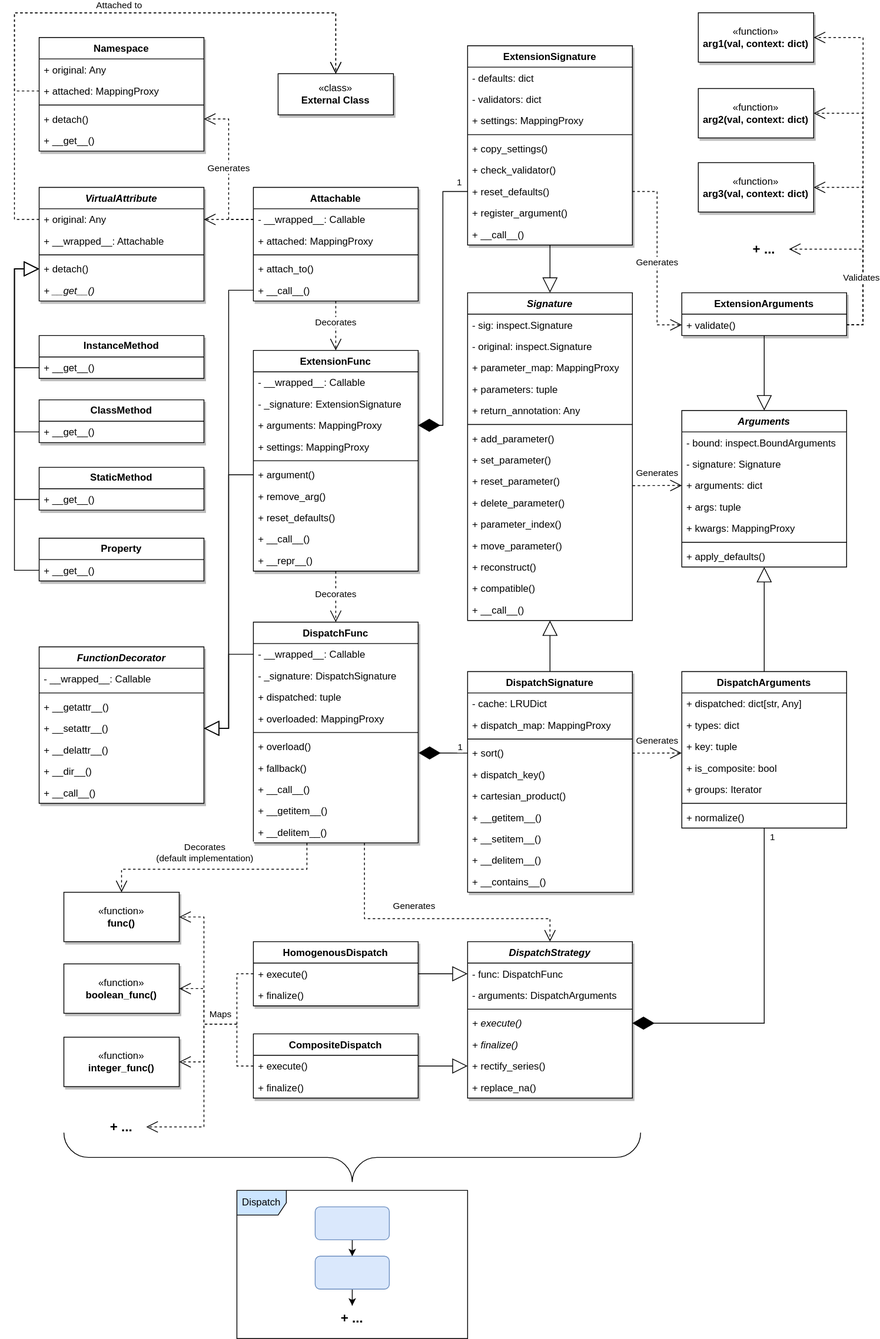
Before: docs/source/images/decorators/Decorators_UML.svg, a diagram exported from draw.io (eerkela/bertrand). Source tidied: cells renumbered, new cells last; positions are measured from the earlier drawing's top-left corner, leaving out a move shared by most shapes.
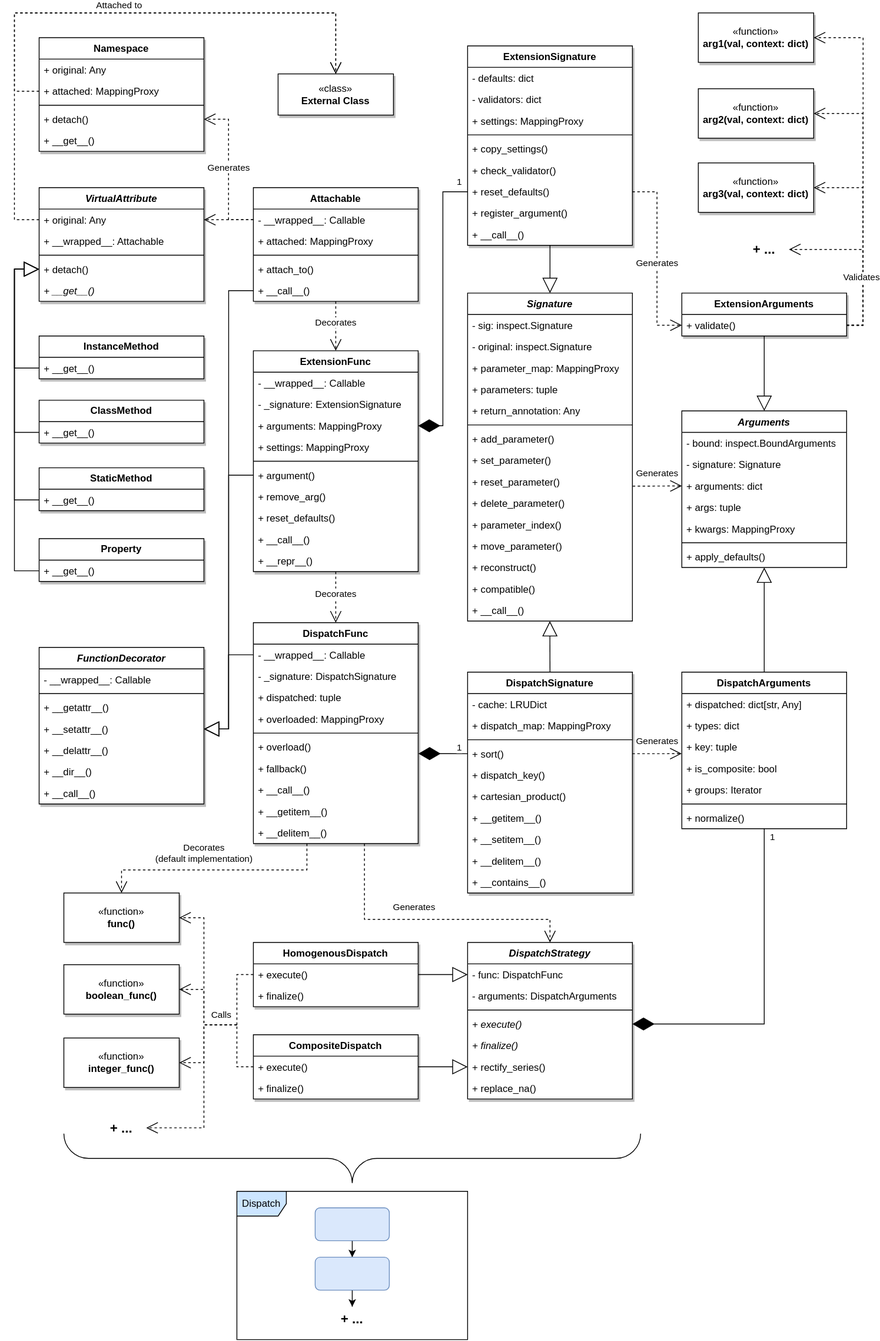
Above is the later version.

The edit, as a diff of the source:
```diff
@@ -94,7 +94,7 @@
         <mxPoint x="20" y="20" as="offset" />
       </mxGeometry>
     </mxCell>
-    <mxCell id="28" value="Maps" style="edgeLabel;html=1;align=center;verticalAlign=middle;" parent="27" vertex="1">
+    <mxCell id="28" value="Calls" style="edgeLabel;html=1;align=center;verticalAlign=middle;" parent="27" vertex="1">
       <mxGeometry x="0.71" y="-1" relative="1" as="geometry">
         <mxPoint x="33" y="-58" as="offset" />
       </mxGeometry>
```
